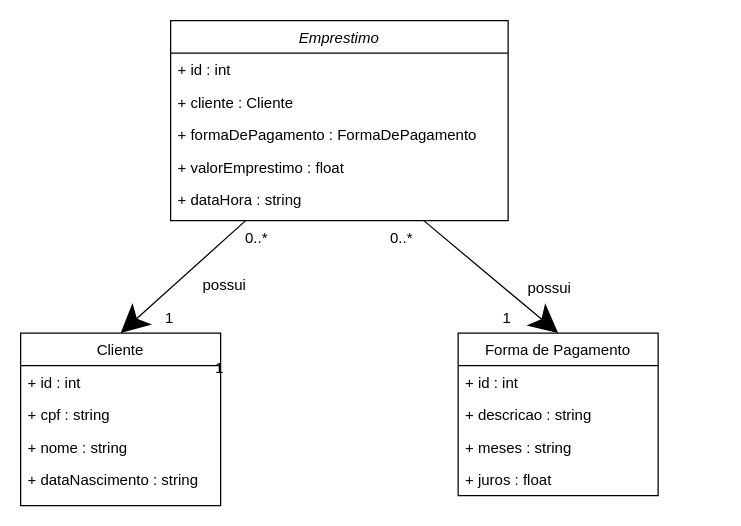
This is Diagramas/modelo_essencial.drawio from Raulzito311/AcmeSF, a draw.io file, before an edit. Source tidied: cells renumbered, new cells numbered last; positions are measured from the earlier drawing's top-left corner, leaving out a move shared by most shapes. Both pictures are drawn from the tidied source at 125%, with x=0, y=0 at pixel (20, 20).
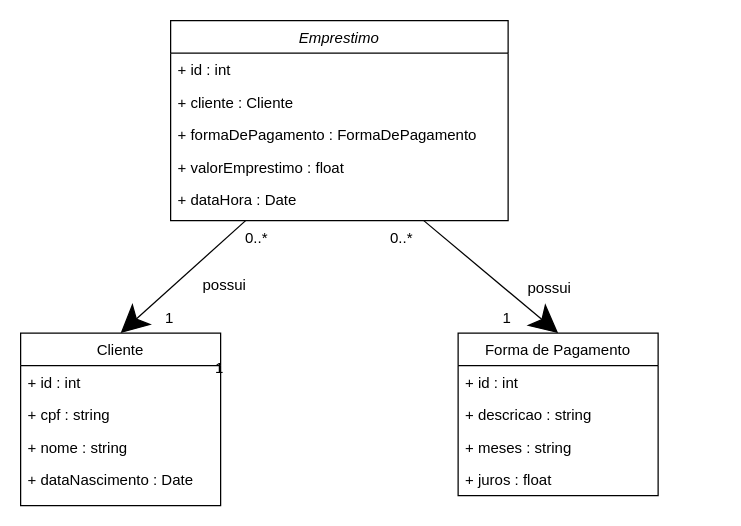
The same page after the edit.

Unchanged cells that the change refers to:
```xml
<mxCell id="2" value="Emprestimo" style="swimlane;fontStyle=2;align=center;verticalAlign=top;horizontal=1;startSize=26;rounded=0;shadow=0;strokeWidth=1;" parent="1" vertex="1">
  <mxGeometry x="120" width="270" height="160" as="geometry" />
</mxCell>
<mxCell id="8" value="Cliente" style="swimlane;fontStyle=0;align=center;verticalAlign=top;horizontal=1;startSize=26;rounded=0;shadow=0;strokeWidth=1;" parent="1" vertex="1">
  <mxGeometry y="250" width="160" height="138" as="geometry" />
</mxCell>
```

What changed in the source:
```diff
@@
-    <mxCell id="7" value="+ dataHora : string" style="text;align=left;verticalAlign=top;spacingLeft=4;spacingRight=4;overflow=hidden;" parent="2" vertex="1">
+    <mxCell id="7" value="+ dataHora : Date" style="text;align=left;verticalAlign=top;spacingLeft=4;spacingRight=4;overflow=hidden;" parent="2" vertex="1">
       <mxGeometry y="130" width="270" height="26" as="geometry" />
     </mxCell>
@@
-    <mxCell id="12" value="+ dataNascimento : string" style="text;align=left;verticalAlign=top;spacingLeft=4;spacingRight=4;overflow=hidden;rounded=0;shadow=0;html=0;" parent="8" vertex="1">
+    <mxCell id="12" value="+ dataNascimento : Date" style="text;align=left;verticalAlign=top;spacingLeft=4;spacingRight=4;overflow=hidden;rounded=0;shadow=0;html=0;" parent="8" vertex="1">
       <mxGeometry y="104" width="160" height="26" as="geometry" />
     </mxCell>
```
